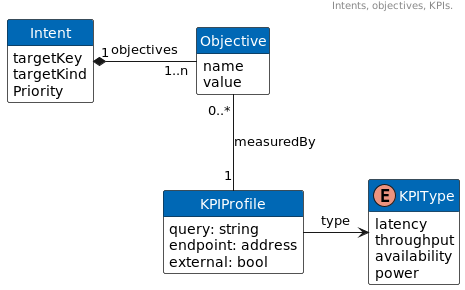
This is docs/fig/intents_objectives_kpis.png from intel/intent-driven-orchestration, a PlantUML export, as it was before one commit. Source of this version:
```plantuml
@startuml
header
    Intents, objectives, KPIs.
endheader

skinparam classFontColor automatic
skinparam roundCorner 4
skinparam classBackgroundColor #fff
skinparam classHeaderBackgroundColor #0068b5

hide empty members
hide class circle

class Intent {
  targetKey
  targetKind
  Priority
}
class Objective {
  name
  value
}
enum KPIType {
  latency
  throughput
  availability
  power
}
class KPIProfile {
  query: string
  endpoint: address
  external: bool
}
Intent "1" *-right- "1..n" Objective: objectives
Objective "0..*" -- "1" KPIProfile: measuredBy
KPIProfile -right-> KPIType: type

@enduml
```
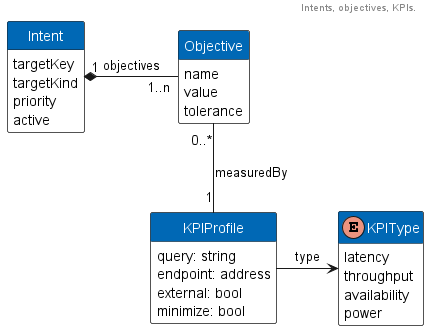
The same diagram one commit later.

Change to the diagram source:
```diff
@@ -14,11 +14,13 @@
 class Intent {
   targetKey
   targetKind
-  Priority
+  priority
+  active
 }
 class Objective {
   name
   value
+  tolerance
 }
 enum KPIType {
   latency
@@ -30,6 +32,7 @@
   query: string
   endpoint: address
   external: bool
+  minimize: bool
 }
 Intent "1" *-right- "1..n" Objective: objectives
 Objective "0..*" -- "1" KPIProfile: measuredBy
```
